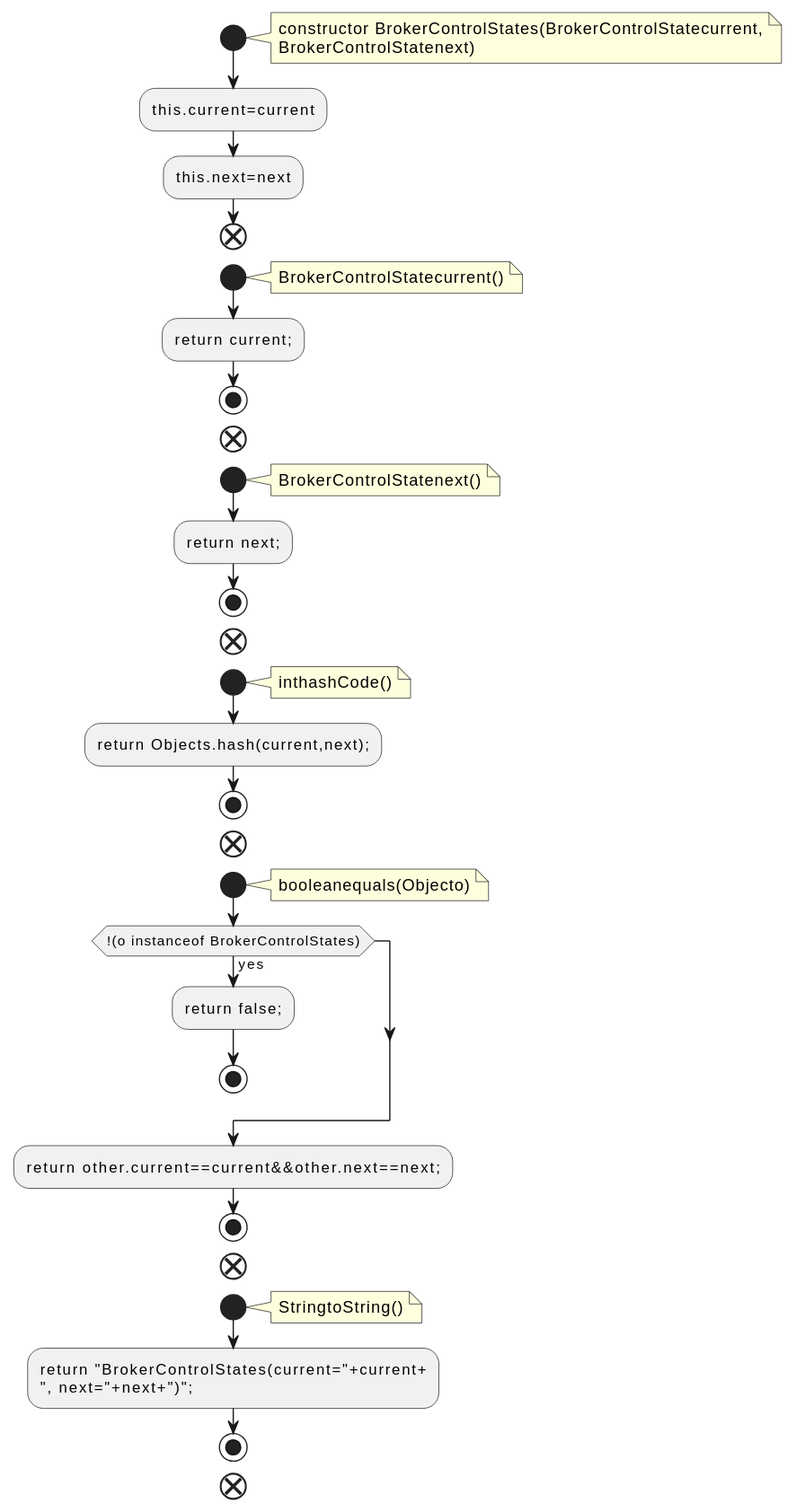
This is docs/qc/metadata/src/main/java/org/apache/kafka/controller/BrokerControlStates.java.fct.svg from qualitesys/kafka, a PlantUML export, as it was before one commit.
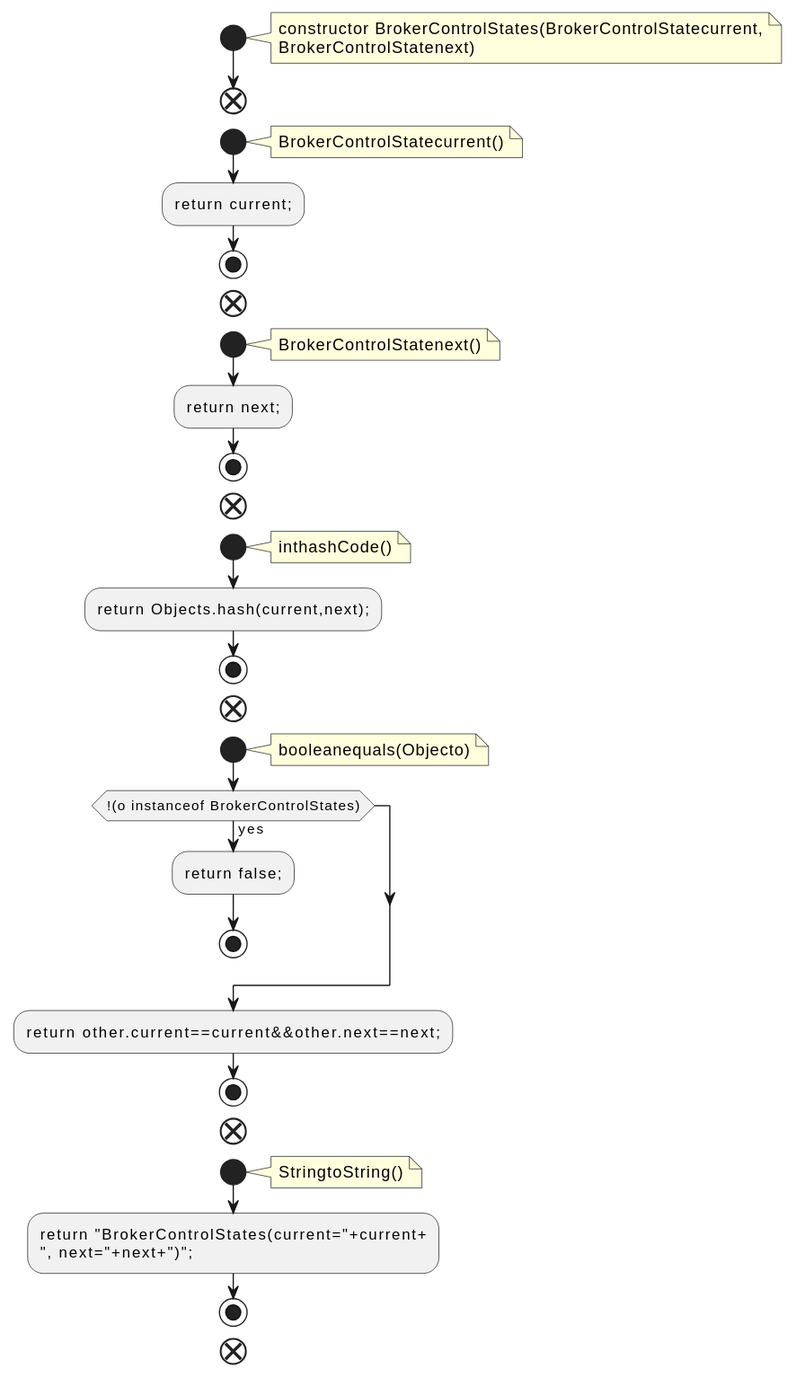
The same file after the commit.

Change to the diagram source:
```diff
@@ -5,8 +5,6 @@
 constructor BrokerControlStates(BrokerControlStatecurrent,
 BrokerControlStatenext)
 end note
-:this.current=current;
-:this.next=next;
 end
 start
 note right
```
